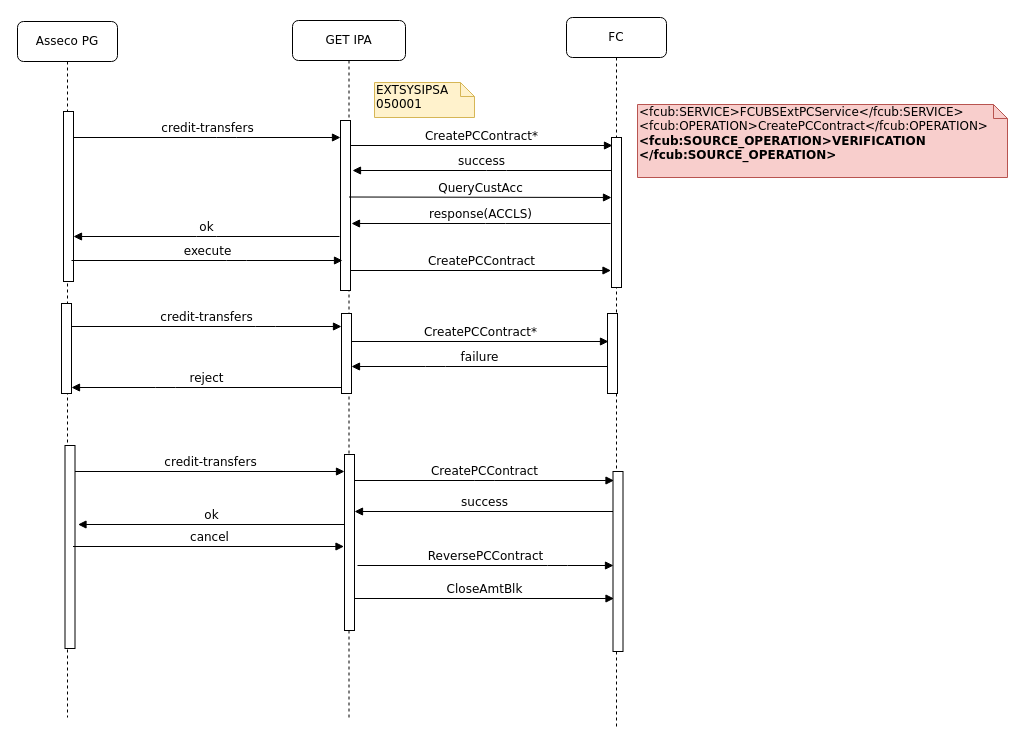
The draw.io diagram page "Page-4" (4 of 4) of IPS_Diagram.drawio in gjovan/draw, before the edit. Source tidied: cells renumbered, new cells numbered last; positions are measured from the earlier drawing's top-left corner, leaving out a move shared by most shapes. Both pictures are drawn from the tidied source at 100%, with x=0, y=0 at pixel (17, 17).
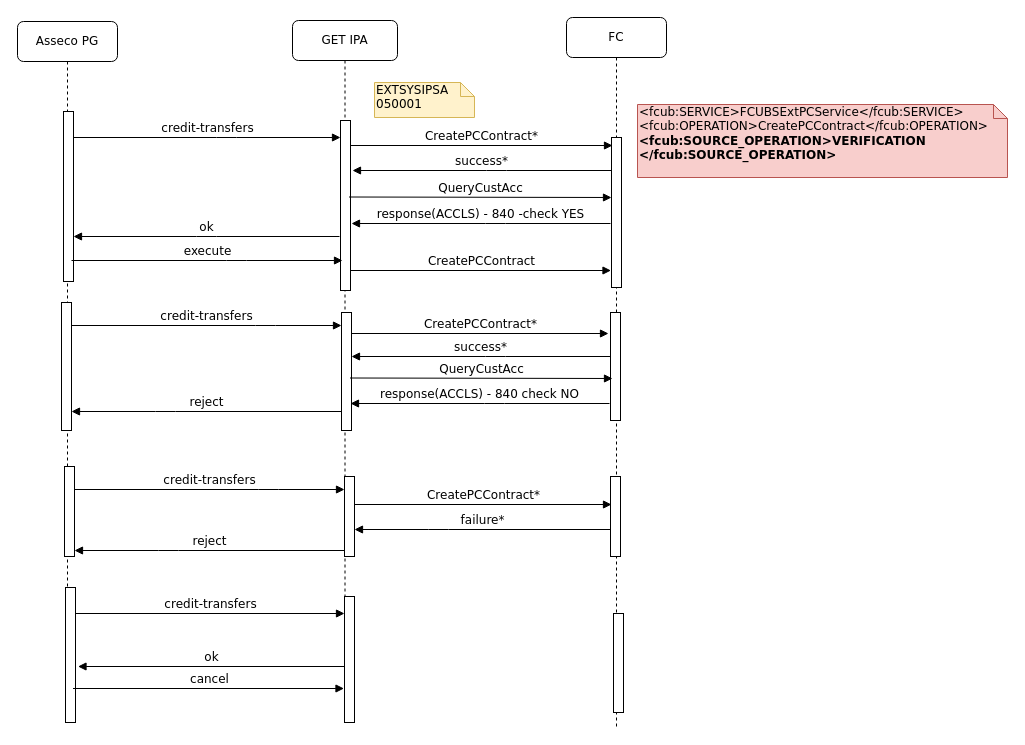
After the change.

What changed in the source:
```diff
@@
     <mxCell id="6" value="GET IPA" style="shape=umlLifeline;perimeter=lifelinePerimeter;whiteSpace=wrap;html=1;rounded=1;shadow=0;comic=0;labelBackgroundColor=none;strokeColor=#000000;strokeWidth=1;fillColor=#FFFFFF;fontFamily=Verdana;fontSize=12;fontColor=#000000;align=center;" parent="1" vertex="1">
-      <mxGeometry x="275" y="3" width="113" height="697" as="geometry" />
+      <mxGeometry x="275" y="3" width="105" height="697" as="geometry" />
     </mxCell>
@@
     <mxCell id="8" style="html=1;points=[];perimeter=orthogonalPerimeter;rounded=0;shadow=0;comic=0;labelBackgroundColor=none;strokeColor=#000000;strokeWidth=1;fillColor=#FFFFFF;fontFamily=Verdana;fontSize=12;fontColor=#000000;align=center;" parent="6" vertex="1">
-      <mxGeometry x="49" y="293" width="10" height="80" as="geometry" />
+      <mxGeometry x="49" y="292" width="10" height="118" as="geometry" />
     </mxCell>
     <mxCell id="9" style="html=1;points=[];perimeter=orthogonalPerimeter;rounded=0;shadow=0;comic=0;labelBackgroundColor=none;strokeColor=#000000;strokeWidth=1;fillColor=#FFFFFF;fontFamily=Verdana;fontSize=12;fontColor=#000000;align=center;" parent="6" vertex="1">
-      <mxGeometry x="-231" y="283" width="10" height="90" as="geometry" />
+      <mxGeometry x="-231" y="282" width="10" height="128" as="geometry" />
     </mxCell>
-    <mxCell id="10" value="failure" style="html=1;verticalAlign=bottom;endArrow=block;labelBackgroundColor=none;fontFamily=Verdana;fontSize=12;edgeStyle=elbowEdgeStyle;elbow=vertical;" parent="6" edge="1">
-      <mxGeometry relative="1" as="geometry">
-        <mxPoint x="315" y="346" as="sourcePoint" />
-        <mxPoint x="59" y="346" as="targetPoint" />
-        <Array as="points">
-          <mxPoint x="143" y="346" />
-          <mxPoint x="204" y="428" />
-        </Array>
-      </mxGeometry>
-    </mxCell>
     <mxCell id="11" value="&lt;span&gt;credit-transfers&lt;/span&gt;" style="html=1;verticalAlign=bottom;endArrow=block;labelBackgroundColor=none;fontFamily=Verdana;fontSize=12;edgeStyle=elbowEdgeStyle;elbow=vertical;" parent="6" edge="1" source="9" target="8">
       <mxGeometry relative="1" as="geometry">
         <Array as="points">
-          <mxPoint x="-27" y="306" />
-          <mxPoint x="-66" y="368" />
+          <mxPoint x="-27" y="305" />
+          <mxPoint x="-66" y="367" />
         </Array>
       </mxGeometry>
     </mxCell>
     <mxCell id="12" value="CreatePCContract*" style="html=1;verticalAlign=bottom;endArrow=block;labelBackgroundColor=none;fontFamily=Verdana;fontSize=12;edgeStyle=elbowEdgeStyle;elbow=vertical;entryX=0.1;entryY=0.05;entryDx=0;entryDy=0;entryPerimeter=0;" parent="6" edge="1">
       <mxGeometry relative="1" as="geometry">
-        <mxPoint x="59" y="321" as="sourcePoint" />
-        <mxPoint x="316" y="321" as="targetPoint" />
+        <mxPoint x="59" y="313" as="sourcePoint" />
+        <mxPoint x="316" y="313" as="targetPoint" />
       </mxGeometry>
     </mxCell>
     <mxCell id="13" value="reject" style="html=1;verticalAlign=bottom;endArrow=block;labelBackgroundColor=none;fontFamily=Verdana;fontSize=12;edgeStyle=elbowEdgeStyle;elbow=vertical;" parent="6" edge="1">
       <mxGeometry relative="1" as="geometry">
-        <mxPoint x="49" y="367" as="sourcePoint" />
-        <mxPoint x="-221" y="367" as="targetPoint" />
+        <mxPoint x="49" y="391" as="sourcePoint" />
+        <mxPoint x="-221" y="391" as="targetPoint" />
         <Array as="points">
-          <mxPoint x="-127" y="367" />
+          <mxPoint x="-127" y="391" />
         </Array>
       </mxGeometry>
     </mxCell>
     <mxCell id="14" style="html=1;perimeter=orthogonalPerimeter;rounded=0;shadow=0;comic=0;labelBackgroundColor=none;strokeColor=#000000;strokeWidth=1;fillColor=#FFFFFF;fontFamily=Verdana;fontSize=12;fontColor=#000000;align=center;" parent="6" vertex="1">
-      <mxGeometry x="315" y="293" width="10" height="80" as="geometry" />
+      <mxGeometry x="318" y="292" width="10" height="108" as="geometry" />
     </mxCell>
     <mxCell id="15" style="html=1;points=[];perimeter=orthogonalPerimeter;rounded=0;shadow=0;comic=0;labelBackgroundColor=none;strokeColor=#000000;strokeWidth=1;fillColor=#FFFFFF;fontFamily=Verdana;fontSize=12;fontColor=#000000;align=center;" parent="6" vertex="1">
-      <mxGeometry x="-227.5" y="425" width="10" height="203" as="geometry" />
+      <mxGeometry x="-227" y="567" width="10" height="135" as="geometry" />
     </mxCell>
     <mxCell id="16" style="html=1;points=[];perimeter=orthogonalPerimeter;rounded=0;shadow=0;comic=0;labelBackgroundColor=none;strokeColor=#000000;strokeWidth=1;fillColor=#FFFFFF;fontFamily=Verdana;fontSize=12;fontColor=#000000;align=center;" parent="6" vertex="1">
-      <mxGeometry x="320.5" y="451" width="10" height="180" as="geometry" />
+      <mxGeometry x="321" y="593" width="10" height="99" as="geometry" />
     </mxCell>
     <mxCell id="17" style="html=1;points=[];perimeter=orthogonalPerimeter;rounded=0;shadow=0;comic=0;labelBackgroundColor=none;strokeColor=#000000;strokeWidth=1;fillColor=#FFFFFF;fontFamily=Verdana;fontSize=12;fontColor=#000000;align=center;" parent="6" vertex="1">
-      <mxGeometry x="52" y="434" width="10" height="176" as="geometry" />
+      <mxGeometry x="52" y="576" width="10" height="126" as="geometry" />
     </mxCell>
-    <mxCell id="18" value="success" style="html=1;verticalAlign=bottom;endArrow=block;labelBackgroundColor=none;fontFamily=Verdana;fontSize=12;edgeStyle=elbowEdgeStyle;elbow=vertical;" parent="6" edge="1" source="16" target="17">
-      <mxGeometry relative="1" as="geometry">
-        <Array as="points">
-          <mxPoint x="205.5" y="491" />
-        </Array>
-      </mxGeometry>
-    </mxCell>
     <mxCell id="19" value="&lt;span&gt;credit-transfers&lt;/span&gt;" style="html=1;verticalAlign=bottom;endArrow=block;labelBackgroundColor=none;fontFamily=Verdana;fontSize=12;edgeStyle=elbowEdgeStyle;elbow=vertical;" parent="6" edge="1" source="15" target="17">
       <mxGeometry relative="1" as="geometry">
         <Array as="points">
-          <mxPoint x="-64.5" y="451" />
+          <mxPoint x="-64.5" y="593" />
         </Array>
       </mxGeometry>
     </mxCell>
-    <mxCell id="20" value="CreatePCContract" style="html=1;verticalAlign=bottom;endArrow=block;labelBackgroundColor=none;fontFamily=Verdana;fontSize=12;edgeStyle=elbowEdgeStyle;elbow=vertical;entryX=0.1;entryY=0.05;entryDx=0;entryDy=0;entryPerimeter=0;" parent="6" edge="1" source="17" target="16">
-      <mxGeometry relative="1" as="geometry" />
-    </mxCell>
     <mxCell id="21" value="ok" style="html=1;verticalAlign=bottom;endArrow=block;labelBackgroundColor=none;fontFamily=Verdana;fontSize=12;edgeStyle=elbowEdgeStyle;elbow=vertical;" parent="6" edge="1">
       <mxGeometry relative="1" as="geometry">
-        <mxPoint x="51.5" y="504" as="sourcePoint" />
-        <mxPoint x="-214.5" y="504" as="targetPoint" />
+        <mxPoint x="51.5" y="646" as="sourcePoint" />
+        <mxPoint x="-214.5" y="646" as="targetPoint" />
       </mxGeometry>
     </mxCell>
     <mxCell id="22" value="&lt;span&gt;cancel&lt;/span&gt;" style="html=1;verticalAlign=bottom;endArrow=block;labelBackgroundColor=none;fontFamily=Verdana;fontSize=12;edgeStyle=elbowEdgeStyle;elbow=vertical;" parent="6" edge="1">
       <mxGeometry relative="1" as="geometry">
-        <mxPoint x="-219.5" y="526" as="sourcePoint" />
-        <mxPoint x="51.5" y="526" as="targetPoint" />
+        <mxPoint x="-219.5" y="668" as="sourcePoint" />
+        <mxPoint x="51.5" y="668" as="targetPoint" />
         <Array as="points">
-          <mxPoint x="-54.5" y="526" />
-          <mxPoint x="-54.5" y="566" />
-          <mxPoint x="-4.5" y="436" />
-          <mxPoint x="-184.5" y="426" />
+          <mxPoint x="-54.5" y="668" />
+          <mxPoint x="-54.5" y="708" />
+          <mxPoint x="-4.5" y="578" />
+          <mxPoint x="-184.5" y="568" />
         </Array>
       </mxGeometry>
     </mxCell>
-    <mxCell id="23" value="ReversePCContract" style="html=1;verticalAlign=bottom;endArrow=block;labelBackgroundColor=none;fontFamily=Verdana;fontSize=12;edgeStyle=elbowEdgeStyle;elbow=vertical;exitX=1.35;exitY=0.567;exitDx=0;exitDy=0;exitPerimeter=0;" parent="6" edge="1">
-      <mxGeometry relative="1" as="geometry">
-        <mxPoint x="65" y="545" as="sourcePoint" />
-        <mxPoint x="321" y="545" as="targetPoint" />
-        <Array as="points">
-          <mxPoint x="265" y="545" />
-          <mxPoint x="275" y="565" />
-          <mxPoint x="195" y="555" />
-        </Array>
-      </mxGeometry>
-    </mxCell>
-    <mxCell id="24" value="success" style="html=1;verticalAlign=bottom;endArrow=block;labelBackgroundColor=none;fontFamily=Verdana;fontSize=12;edgeStyle=elbowEdgeStyle;elbow=vertical;" parent="1" edge="1">
+    <mxCell id="24" value="success*" style="html=1;verticalAlign=bottom;endArrow=block;labelBackgroundColor=none;fontFamily=Verdana;fontSize=12;edgeStyle=elbowEdgeStyle;elbow=vertical;" parent="1" edge="1">
       <mxGeometry relative="1" as="geometry">
         <mxPoint x="594" y="153" as="sourcePoint" />
         <mxPoint x="335" y="153" as="targetPoint" />
         <Array as="points">
           <mxPoint x="479" y="153" />
         </Array>
       </mxGeometry>
     </mxCell>
@@
-    <mxCell id="32" value="CloseAmtBlk" style="html=1;verticalAlign=bottom;endArrow=block;labelBackgroundColor=none;fontFamily=Verdana;fontSize=12;edgeStyle=elbowEdgeStyle;elbow=vertical;entryX=0.1;entryY=0.05;entryDx=0;entryDy=0;entryPerimeter=0;" parent="1" edge="1">
-      <mxGeometry relative="1" as="geometry">
-        <mxPoint x="336.5" y="581" as="sourcePoint" />
-        <mxPoint x="596.5" y="581" as="targetPoint" />
-      </mxGeometry>
-    </mxCell>
@@
-    <mxCell id="34" value="response(ACCLS)" style="html=1;verticalAlign=bottom;endArrow=block;labelBackgroundColor=none;fontFamily=Verdana;fontSize=12;edgeStyle=elbowEdgeStyle;elbow=vertical;" parent="1" edge="1">
+    <mxCell id="34" value="response(ACCLS) - 840 -check YES" style="html=1;verticalAlign=bottom;endArrow=block;labelBackgroundColor=none;fontFamily=Verdana;fontSize=12;edgeStyle=elbowEdgeStyle;elbow=vertical;" parent="1" edge="1">
       <mxGeometry relative="1" as="geometry">
         <mxPoint x="593" y="206" as="sourcePoint" />
         <mxPoint x="334" y="206" as="targetPoint" />
         <Array as="points">
           <mxPoint x="478" y="206" />
         </Array>
       </mxGeometry>
     </mxCell>
+    <mxCell id="35" style="html=1;points=[];perimeter=orthogonalPerimeter;rounded=0;shadow=0;comic=0;labelBackgroundColor=none;strokeColor=#000000;strokeWidth=1;fillColor=#FFFFFF;fontFamily=Verdana;fontSize=12;fontColor=#000000;align=center;" parent="1" vertex="1">
+      <mxGeometry x="327" y="459" width="10" height="80" as="geometry" />
+    </mxCell>
+    <mxCell id="36" style="html=1;points=[];perimeter=orthogonalPerimeter;rounded=0;shadow=0;comic=0;labelBackgroundColor=none;strokeColor=#000000;strokeWidth=1;fillColor=#FFFFFF;fontFamily=Verdana;fontSize=12;fontColor=#000000;align=center;" parent="1" vertex="1">
+      <mxGeometry x="47" y="449" width="10" height="90" as="geometry" />
+    </mxCell>
+    <mxCell id="37" value="failure*" style="html=1;verticalAlign=bottom;endArrow=block;labelBackgroundColor=none;fontFamily=Verdana;fontSize=12;edgeStyle=elbowEdgeStyle;elbow=vertical;" parent="1" edge="1">
+      <mxGeometry relative="1" as="geometry">
+        <mxPoint x="593" y="512" as="sourcePoint" />
+        <mxPoint x="337" y="512" as="targetPoint" />
+        <Array as="points">
+          <mxPoint x="421" y="512" />
+          <mxPoint x="482" y="594" />
+        </Array>
+      </mxGeometry>
+    </mxCell>
+    <mxCell id="38" value="&lt;span&gt;credit-transfers&lt;/span&gt;" style="html=1;verticalAlign=bottom;endArrow=block;labelBackgroundColor=none;fontFamily=Verdana;fontSize=12;edgeStyle=elbowEdgeStyle;elbow=vertical;" parent="1" edge="1" source="36" target="35">
+      <mxGeometry relative="1" as="geometry">
+        <Array as="points">
+          <mxPoint x="251" y="472" />
+          <mxPoint x="212" y="534" />
+        </Array>
+      </mxGeometry>
+    </mxCell>
+    <mxCell id="39" value="CreatePCContract*" style="html=1;verticalAlign=bottom;endArrow=block;labelBackgroundColor=none;fontFamily=Verdana;fontSize=12;edgeStyle=elbowEdgeStyle;elbow=vertical;entryX=0.1;entryY=0.05;entryDx=0;entryDy=0;entryPerimeter=0;" parent="1" edge="1">
+      <mxGeometry relative="1" as="geometry">
+        <mxPoint x="337" y="487" as="sourcePoint" />
+        <mxPoint x="594" y="487" as="targetPoint" />
+      </mxGeometry>
+    </mxCell>
+    <mxCell id="40" value="reject" style="html=1;verticalAlign=bottom;endArrow=block;labelBackgroundColor=none;fontFamily=Verdana;fontSize=12;edgeStyle=elbowEdgeStyle;elbow=vertical;" parent="1" edge="1">
+      <mxGeometry relative="1" as="geometry">
+        <mxPoint x="327" y="533" as="sourcePoint" />
+        <mxPoint x="57" y="533" as="targetPoint" />
+        <Array as="points">
+          <mxPoint x="151" y="533" />
+        </Array>
+      </mxGeometry>
+    </mxCell>
+    <mxCell id="41" style="html=1;perimeter=orthogonalPerimeter;rounded=0;shadow=0;comic=0;labelBackgroundColor=none;strokeColor=#000000;strokeWidth=1;fillColor=#FFFFFF;fontFamily=Verdana;fontSize=12;fontColor=#000000;align=center;" parent="1" vertex="1">
+      <mxGeometry x="593" y="459" width="10" height="80" as="geometry" />
+    </mxCell>
+    <mxCell id="42" value="success*" style="html=1;verticalAlign=bottom;endArrow=block;labelBackgroundColor=none;fontFamily=Verdana;fontSize=12;edgeStyle=elbowEdgeStyle;elbow=vertical;" parent="1" edge="1">
+      <mxGeometry relative="1" as="geometry">
+        <mxPoint x="593" y="339" as="sourcePoint" />
+        <mxPoint x="334" y="339" as="targetPoint" />
+        <Array as="points">
+          <mxPoint x="478" y="339" />
+        </Array>
+      </mxGeometry>
+    </mxCell>
+    <mxCell id="43" value="QueryCustAcc" style="html=1;verticalAlign=bottom;endArrow=block;labelBackgroundColor=none;fontFamily=Verdana;fontSize=12;edgeStyle=elbowEdgeStyle;elbow=vertical;" parent="1" edge="1">
+      <mxGeometry relative="1" as="geometry">
+        <mxPoint x="332.5" y="360.5" as="sourcePoint" />
+        <mxPoint x="595" y="361" as="targetPoint" />
+      </mxGeometry>
+    </mxCell>
+    <mxCell id="44" value="response(ACCLS) - 840 check NO" style="html=1;verticalAlign=bottom;endArrow=block;labelBackgroundColor=none;fontFamily=Verdana;fontSize=12;edgeStyle=elbowEdgeStyle;elbow=vertical;" parent="1" edge="1">
+      <mxGeometry relative="1" as="geometry">
+        <mxPoint x="592" y="386" as="sourcePoint" />
+        <mxPoint x="333" y="386" as="targetPoint" />
+        <Array as="points">
+          <mxPoint x="477" y="386" />
+        </Array>
+      </mxGeometry>
+    </mxCell>
```
